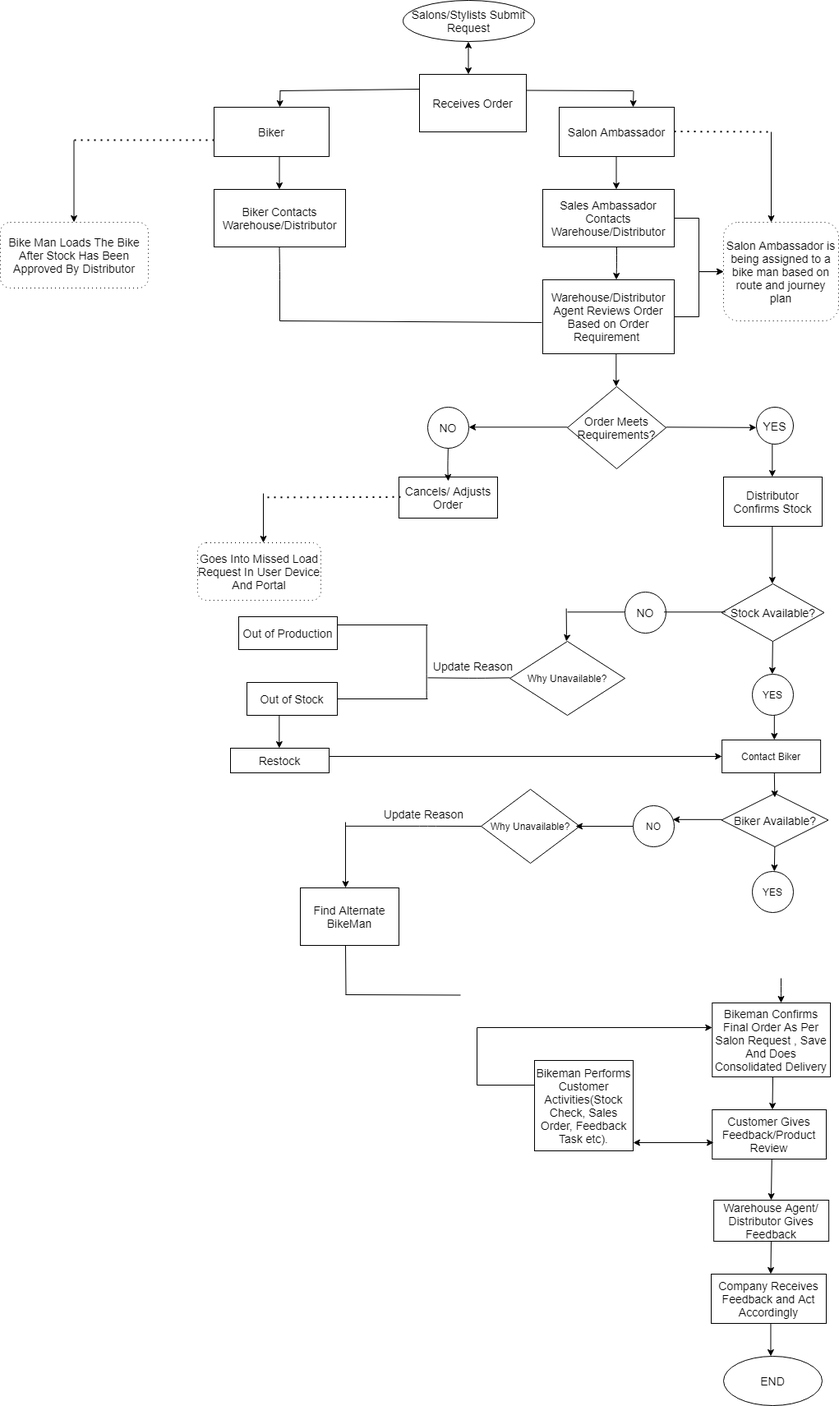
Above: Untitled Diagram2.png in Meiyoure/ddl_internship_quiz (draw.io), before the change. Source tidied: cells renumbered, new cells last; positions are measured from the earlier drawing's top-left corner, leaving out a move shared by most shapes.
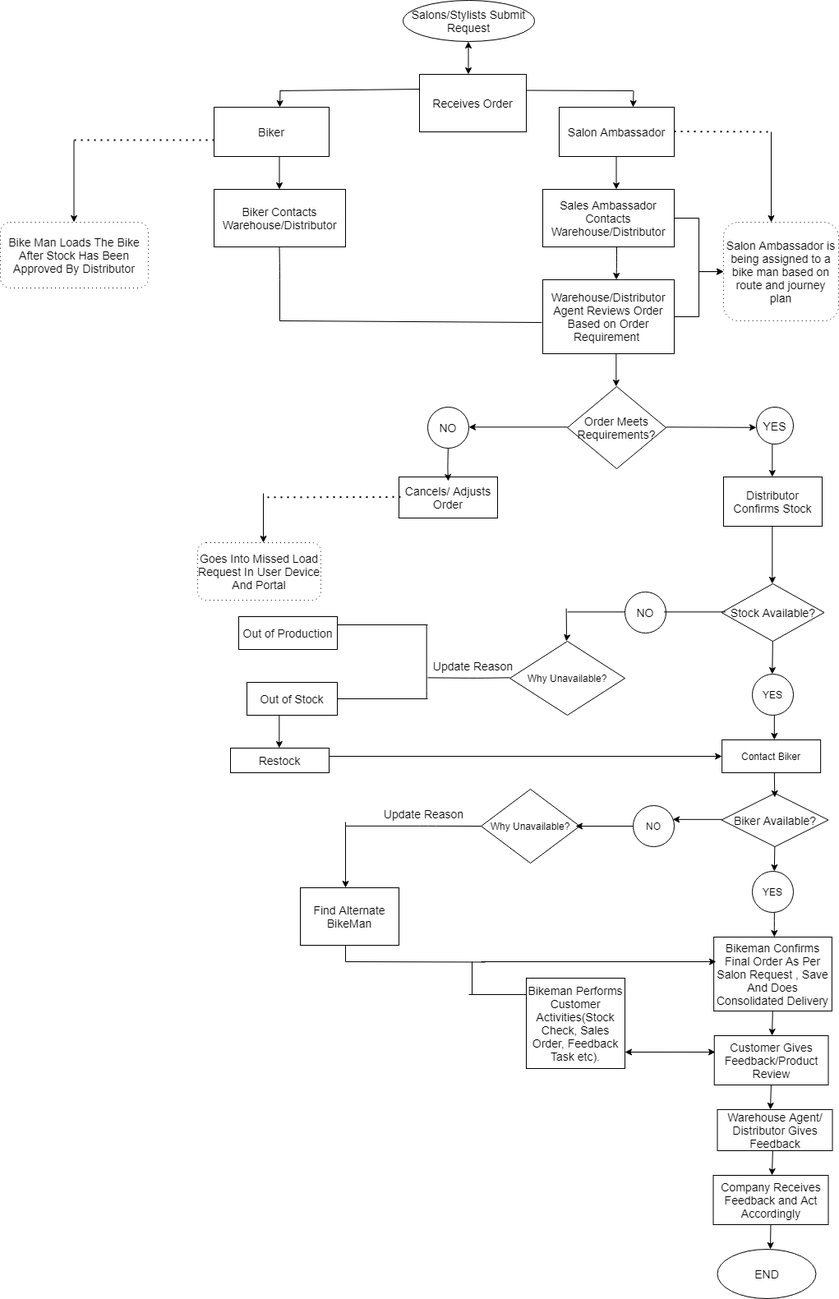
After the commit.

The edit, as a diff of the source:
```diff
@@ -51,7 +51,7 @@
       </mxGeometry>
     </mxCell>
     <mxCell id="15" value="&lt;font style=&quot;font-size: 14px&quot;&gt;Warehouse Agent/ Distributor Gives Feedback&lt;/font&gt;" style="whiteSpace=wrap;html=1;" parent="1" vertex="1">
-      <mxGeometry x="868.1" y="1460" width="140" height="50" as="geometry" />
+      <mxGeometry x="872.5" y="1350" width="140" height="50" as="geometry" />
     </mxCell>
     <mxCell id="16" value="&lt;font style=&quot;font-size: 12px&quot;&gt;Why Unavailable?&lt;/font&gt;" style="rhombus;whiteSpace=wrap;html=1;" parent="1" vertex="1">
       <mxGeometry x="585" y="960" width="120" height="90" as="geometry" />
@@ -258,28 +258,28 @@
       </mxGeometry>
     </mxCell>
     <mxCell id="57" value="&lt;span&gt;&lt;font style=&quot;font-size: 14px&quot;&gt;Bikeman Confirms Final Order As Per Salon Request , Save And Does Consolidated Delivery&lt;/font&gt;&lt;/span&gt;" style="rounded=0;whiteSpace=wrap;html=1;" parent="1" vertex="1">
-      <mxGeometry x="866.2" y="1220" width="143.8" height="90" as="geometry" />
+      <mxGeometry x="868.1" y="1140" width="143.8" height="90" as="geometry" />
     </mxCell>
     <mxCell id="58" value="&lt;font style=&quot;font-size: 14px&quot;&gt;Bikeman Performs Customer Activities(Stock Check, Sales Order, Feedback Task etc).&lt;/font&gt;" style="rounded=0;whiteSpace=wrap;html=1;" parent="1" vertex="1">
-      <mxGeometry x="650" y="1290" width="120" height="110" as="geometry" />
+      <mxGeometry x="640" y="1190" width="120" height="110" as="geometry" />
     </mxCell>
     <mxCell id="59" style="endArrow=classic;html=1;" parent="1" edge="1">
       <mxGeometry relative="1" as="geometry">
-        <mxPoint x="938" y="1510" as="sourcePoint" />
-        <mxPoint x="937.5" y="1550" as="targetPoint" />
+        <mxPoint x="939.8" y="1400" as="sourcePoint" />
+        <mxPoint x="939" y="1430" as="targetPoint" />
       </mxGeometry>
     </mxCell>
     <mxCell id="60" value="&lt;font style=&quot;font-size: 14px&quot;&gt;Company Receives Feedback and Act Accordingly&lt;/font&gt;" style="rounded=0;whiteSpace=wrap;html=1;" parent="1" vertex="1">
-      <mxGeometry x="865" y="1550" width="140" height="60" as="geometry" />
+      <mxGeometry x="867.5" y="1430" width="140" height="60" as="geometry" />
     </mxCell>
     <mxCell id="61" style="endArrow=classic;html=1;" parent="1" edge="1">
       <mxGeometry relative="1" as="geometry">
-        <mxPoint x="937.5" y="1610" as="sourcePoint" />
-        <mxPoint x="937.5" y="1650" as="targetPoint" />
+        <mxPoint x="937.5" y="1490" as="sourcePoint" />
+        <mxPoint x="937" y="1520" as="targetPoint" />
       </mxGeometry>
     </mxCell>
     <mxCell id="62" value="&lt;font style=&quot;font-size: 14px&quot;&gt;END&lt;/font&gt;" style="ellipse;whiteSpace=wrap;html=1;" parent="1" vertex="1">
-      <mxGeometry x="880" y="1650" width="120" height="60" as="geometry" />
+      <mxGeometry x="872.5" y="1520" width="120" height="60" as="geometry" />
     </mxCell>
     <mxCell id="63" value="&lt;font style=&quot;font-size: 14px&quot;&gt;Update Reason&lt;/font&gt;" style="text;html=1;align=center;verticalAlign=middle;" parent="1" vertex="1">
       <mxGeometry x="520" y="800" width="110" height="20" as="geometry" />
@@ -355,17 +355,17 @@
     </mxCell>
     <mxCell id="76" style="endArrow=classic;html=1;" parent="1" edge="1">
       <mxGeometry relative="1" as="geometry">
-        <mxPoint x="950" y="1190" as="sourcePoint" />
-        <mxPoint x="950" y="1220" as="targetPoint" />
+        <mxPoint x="941.8" y="1110" as="sourcePoint" />
+        <mxPoint x="941.8" y="1140" as="targetPoint" />
         <Array as="points">
-          <mxPoint x="950" y="1210" />
+          <mxPoint x="941.8" y="1130" />
         </Array>
       </mxGeometry>
     </mxCell>
     <mxCell id="77" style="endArrow=classic;html=1;" parent="1" edge="1">
       <mxGeometry relative="1" as="geometry">
-        <mxPoint x="938.8" y="1410" as="sourcePoint" />
-        <mxPoint x="938" y="1460" as="targetPoint" />
+        <mxPoint x="938.2" y="1310" as="sourcePoint" />
+        <mxPoint x="937" y="1350" as="targetPoint" />
       </mxGeometry>
     </mxCell>
     <mxCell id="78" style="edgeStyle=orthogonalEdgeStyle;rounded=0;orthogonalLoop=1;jettySize=auto;html=1;exitX=0.5;exitY=1;exitDx=0;exitDy=0;" parent="1" edge="1" source="60" target="60">
@@ -383,48 +383,47 @@
       </mxGeometry>
     </mxCell>
     <mxCell id="81" value="&lt;font style=&quot;font-size: 14px&quot;&gt;Customer Gives Feedback/Product Review&lt;/font&gt;" style="rounded=0;whiteSpace=wrap;html=1;" parent="1" vertex="1">
-      <mxGeometry x="866.2" y="1350" width="138.8" height="60" as="geometry" />
+      <mxGeometry x="868.8" y="1260" width="138.8" height="60" as="geometry" />
     </mxCell>
     <mxCell id="82" style="endArrow=classic;html=1;" parent="1" edge="1">
       <mxGeometry relative="1" as="geometry">
-        <mxPoint x="940" y="1310" as="sourcePoint" />
-        <mxPoint x="939.5" y="1350" as="targetPoint" />
+        <mxPoint x="939.8" y="1230" as="sourcePoint" />
+        <mxPoint x="939" y="1260" as="targetPoint" />
       </mxGeometry>
     </mxCell>
     <mxCell id="83" style="endArrow=none;html=1;" parent="1" edge="1">
       <mxGeometry relative="1" as="geometry">
-        <mxPoint x="420.5" y="1210" as="sourcePoint" />
+        <mxPoint x="420" y="1170" as="sourcePoint" />
         <mxPoint x="420" y="1150" as="targetPoint" />
       </mxGeometry>
     </mxCell>
     <mxCell id="84" style="endArrow=none;html=1;" parent="1" edge="1">
       <mxGeometry relative="1" as="geometry">
-        <mxPoint x="560" y="1210.5" as="sourcePoint" />
-        <mxPoint x="420" y="1210" as="targetPoint" />
+        <mxPoint x="590" y="1170.5" as="sourcePoint" />
+        <mxPoint x="420" y="1170" as="targetPoint" />
       </mxGeometry>
     </mxCell>
     <mxCell id="85" style="endArrow=none;html=1;" parent="1" edge="1">
       <mxGeometry relative="1" as="geometry">
-        <mxPoint x="580" y="1320" as="sourcePoint" />
-        <mxPoint x="580" y="1250" as="targetPoint" />
+        <mxPoint x="574" y="1210" as="sourcePoint" />
+        <mxPoint x="574" y="1170" as="targetPoint" />
       </mxGeometry>
     </mxCell>
     <mxCell id="86" style="endArrow=none;html=1;" parent="1" edge="1">
       <mxGeometry relative="1" as="geometry">
-        <mxPoint x="580" y="1320" as="sourcePoint" />
-        <mxPoint x="650" y="1320" as="targetPoint" />
+        <mxPoint x="570" y="1210" as="sourcePoint" />
+        <mxPoint x="640" y="1210" as="targetPoint" />
       </mxGeometry>
     </mxCell>
     <mxCell id="87" style="endArrow=classic;html=1;" parent="1" edge="1">
       <mxGeometry relative="1" as="geometry">
-        <mxPoint x="580.2" y="1250" as="sourcePoint" />
-        <mxPoint x="866.2" y="1250" as="targetPoint" />
+        <mxPoint x="585" y="1170" as="sourcePoint" />
+        <mxPoint x="871" y="1170" as="targetPoint" />
       </mxGeometry>
     </mxCell>
-    <mxCell id="88" style="endArrow=classic;startArrow=classic;html=1;" parent="1" edge="1">
+    <mxCell id="88" style="endArrow=classic;startArrow=classic;html=1;entryX=0.009;entryY=0.333;entryDx=0;entryDy=0;entryPerimeter=0;" parent="1" edge="1" target="81">
       <mxGeometry relative="1" as="geometry">
-        <mxPoint x="770" y="1390" as="sourcePoint" />
-        <mxPoint x="868" y="1390" as="targetPoint" />
+        <mxPoint x="760" y="1280" as="sourcePoint" />
       </mxGeometry>
     </mxCell>
     <mxCell id="89" style="endArrow=classic;html=1;" parent="1" edge="1">
```
